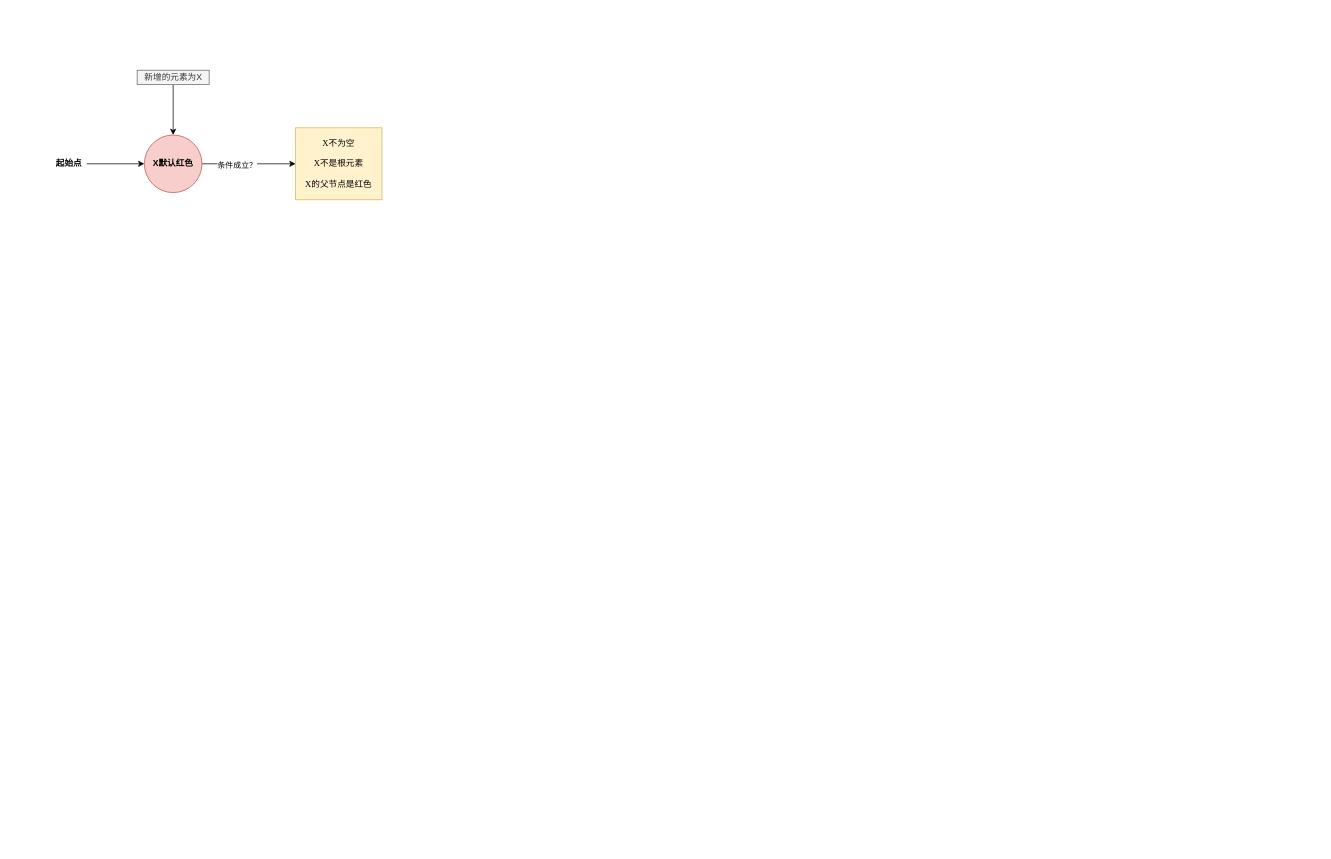
Earlier version of the draw.io diagram typora/JavaSE/6 集合/drawio/TreeMap/维护红黑树平衡.drawio (LDChing0321/JavaLearn). Source tidied: cells renumbered, new cells numbered last; positions are measured from the earlier drawing's top-left corner, leaving out a move shared by most shapes. Both pictures are drawn from the tidied source at 72%, with x=0, y=0 at pixel (50, 70).
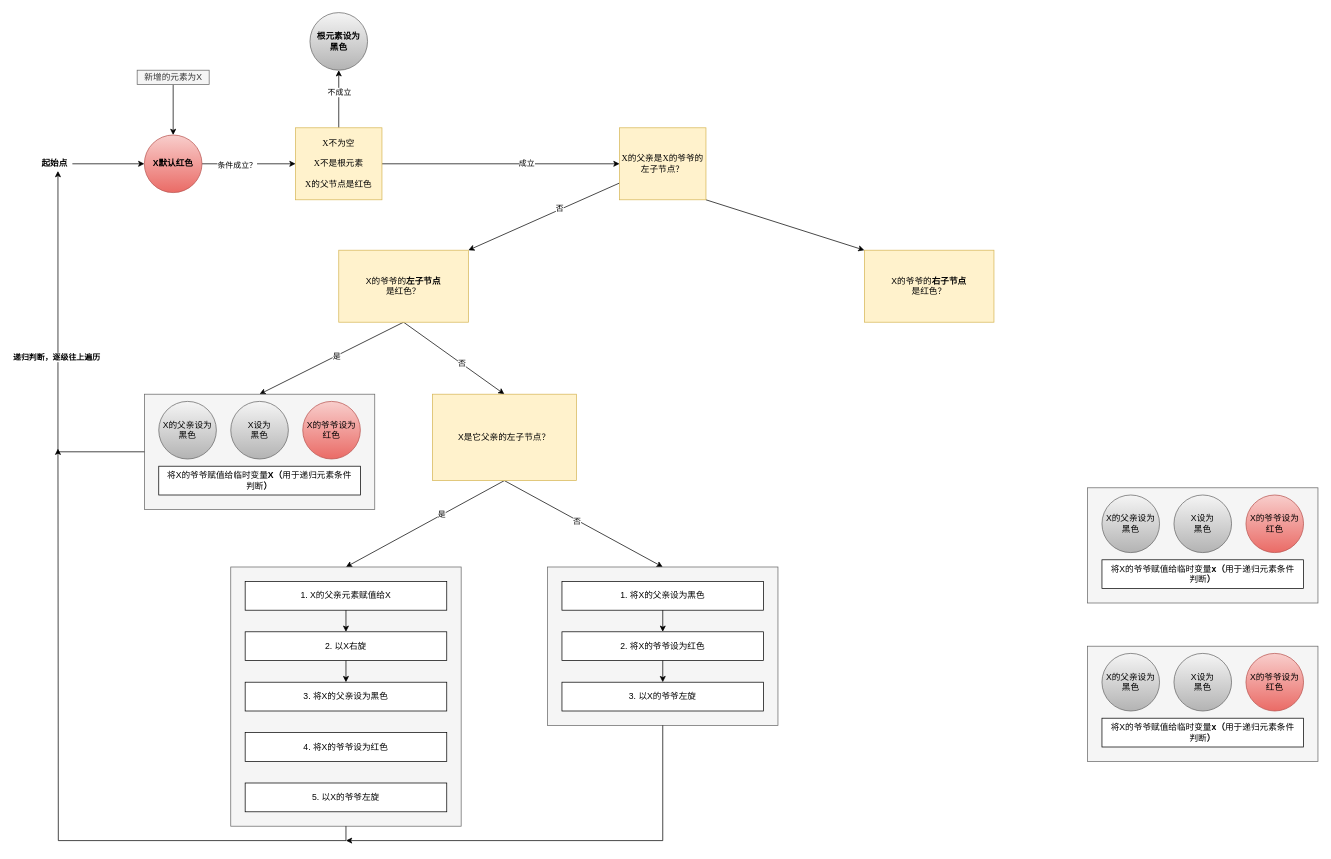
After the change.

Commit message:
更新维护红黑树平衡.drawio

Unchanged cells that the change refers to:
```xml
<mxCell id="9" value="&lt;span&gt;X不为空&lt;br&gt;&lt;/span&gt;&lt;br&gt;&lt;span&gt;X不是根元素&lt;br&gt;&lt;/span&gt;&lt;br&gt;&lt;span&gt;X的父节点是红色&lt;/span&gt;" style="rounded=0;whiteSpace=wrap;html=1;fontFamily=Times New Roman;align=center;fillColor=#fff2cc;strokeColor=#d6b656;" parent="1" vertex="1">
  <mxGeometry x="340" y="80" width="120" height="100" as="geometry" />
</mxCell>
```

Change to the diagram source:
```diff
@@
     <mxCell id="5" value="&lt;font face=&quot;Tahoma&quot;&gt;起始点&lt;/font&gt;" style="text;html=1;align=center;verticalAlign=middle;points=[];strokeColor=none;fontStyle=1;spacingTop=0;spacing=0;fontFamily=Times New Roman;" parent="1" vertex="1">
-      <mxGeometry y="120" width="50" height="20" as="geometry" />
+      <mxGeometry x="-20" y="120" width="50" height="20" as="geometry" />
     </mxCell>
@@
-    <mxCell id="8" value="&lt;span&gt;X默认红色&lt;/span&gt;" style="ellipse;whiteSpace=wrap;html=1;fillColor=#f8cecc;strokeColor=#b85450;fontStyle=1;" parent="1" vertex="1">
+    <mxCell id="8" value="&lt;span&gt;X默认红色&lt;/span&gt;" style="ellipse;whiteSpace=wrap;html=1;fillColor=#f8cecc;strokeColor=#b85450;fontStyle=1;gradientColor=#ea6b66;" parent="1" vertex="1">
       <mxGeometry x="130" y="90" width="80" height="80" as="geometry" />
     </mxCell>
+    <mxCell id="10" style="edgeStyle=orthogonalEdgeStyle;rounded=0;jettySize=auto;html=1;entryX=0;entryY=0.5;entryDx=0;entryDy=0;" parent="1" edge="1" source="9" target="18">
+      <mxGeometry relative="1" as="geometry" />
+    </mxCell>
+    <mxCell id="11" value="成立" style="edgeLabel;html=1;align=center;verticalAlign=middle;" parent="10" vertex="1">
+      <mxGeometry x="0.21" y="2" relative="1" as="geometry" />
+    </mxCell>
+    <mxCell id="12" style="edgeStyle=orthogonalEdgeStyle;rounded=0;jettySize=auto;html=1;" parent="1" edge="1" source="9" target="14">
+      <mxGeometry relative="1" as="geometry" />
+    </mxCell>
+    <mxCell id="13" value="不成立" style="edgeLabel;html=1;align=center;verticalAlign=middle;" parent="12" vertex="1">
+      <mxGeometry x="0.26" relative="1" as="geometry" />
+    </mxCell>
@@
+    <mxCell id="14" value="根元素设为&lt;br&gt;黑色" style="ellipse;whiteSpace=wrap;html=1;fillColor=#f5f5f5;strokeColor=#666666;fontStyle=1;gradientColor=#b3b3b3;" parent="1" vertex="1">
+      <mxGeometry x="360" y="-80" width="80" height="80" as="geometry" />
+    </mxCell>
+    <mxCell id="15" style="rounded=0;jettySize=auto;html=1;entryX=1;entryY=0;entryDx=0;entryDy=0;" parent="1" edge="1" source="18" target="24">
+      <mxGeometry relative="1" as="geometry" />
+    </mxCell>
+    <mxCell id="16" value="否" style="edgeLabel;html=1;align=center;verticalAlign=middle;" parent="15" vertex="1">
+      <mxGeometry x="-0.22" y="-2" relative="1" as="geometry" />
+    </mxCell>
+    <mxCell id="17" style="rounded=0;jettySize=auto;html=1;exitX=1;exitY=1;exitDx=0;exitDy=0;entryX=0;entryY=0;entryDx=0;entryDy=0;" parent="1" edge="1" source="18" target="19">
+      <mxGeometry relative="1" as="geometry" />
+    </mxCell>
+    <mxCell id="18" value="X的父亲是X的爷爷的左子节点？" style="rounded=0;whiteSpace=wrap;html=1;fontFamily=Times New Roman;align=center;fillColor=#fff2cc;strokeColor=#d6b656;" parent="1" vertex="1">
+      <mxGeometry x="790" y="80" width="120" height="100" as="geometry" />
+    </mxCell>
+    <mxCell id="19" value="X的爷爷的&lt;b&gt;右子节点&lt;/b&gt;&lt;br&gt;是红色？" style="rounded=0;whiteSpace=wrap;html=1;fillColor=#fff2cc;strokeColor=#d6b656;" parent="1" vertex="1">
+      <mxGeometry x="1130" y="250" width="180" height="100" as="geometry" />
+    </mxCell>
+    <mxCell id="20" style="edgeStyle=none;rounded=0;jettySize=auto;html=1;exitX=0.5;exitY=1;exitDx=0;exitDy=0;entryX=0.5;entryY=0;entryDx=0;entryDy=0;" parent="1" edge="1" source="24" target="36">
+      <mxGeometry relative="1" as="geometry" />
+    </mxCell>
+    <mxCell id="21" value="是" style="edgeLabel;html=1;align=center;verticalAlign=middle;" parent="20" vertex="1">
+      <mxGeometry x="-0.06" y="1" relative="1" as="geometry" />
+    </mxCell>
+    <mxCell id="22" style="edgeStyle=none;rounded=0;jettySize=auto;html=1;exitX=0.5;exitY=1;exitDx=0;exitDy=0;entryX=0.5;entryY=0;entryDx=0;entryDy=0;" parent="1" edge="1" source="24" target="47">
+      <mxGeometry relative="1" as="geometry" />
+    </mxCell>
+    <mxCell id="23" value="否" style="edgeLabel;html=1;align=center;verticalAlign=middle;" parent="22" vertex="1">
+      <mxGeometry x="0.15" y="1" relative="1" as="geometry">
+        <mxPoint x="-1" as="offset" />
+      </mxGeometry>
+    </mxCell>
+    <mxCell id="24" value="X的爷爷的&lt;b&gt;左子节点&lt;/b&gt;&lt;br&gt;是红色？" style="rounded=0;whiteSpace=wrap;html=1;fillColor=#fff2cc;strokeColor=#d6b656;" parent="1" vertex="1">
+      <mxGeometry x="400" y="250" width="180" height="100" as="geometry" />
+    </mxCell>
+    <mxCell id="25" style="rounded=0;whiteSpace=wrap;html=1;fillColor=#f5f5f5;strokeColor=#666666;fontColor=#333333;" parent="1" vertex="1">
+      <mxGeometry x="1440" y="580" width="320" height="160" as="geometry" />
+    </mxCell>
+    <mxCell id="26" value="X的父亲设为&lt;br&gt;黑色" style="ellipse;whiteSpace=wrap;html=1;fillColor=#f5f5f5;strokeColor=#666666;gradientColor=#b3b3b3;" parent="1" vertex="1">
+      <mxGeometry x="1460" y="590" width="80" height="80" as="geometry" />
+    </mxCell>
+    <mxCell id="27" value="X设为&lt;br&gt;黑色" style="ellipse;whiteSpace=wrap;html=1;fillColor=#f5f5f5;strokeColor=#666666;gradientColor=#b3b3b3;" parent="1" vertex="1">
+      <mxGeometry x="1560" y="590" width="80" height="80" as="geometry" />
+    </mxCell>
+    <mxCell id="28" value="X的爷爷设为&lt;br&gt;红色" style="ellipse;whiteSpace=wrap;html=1;fillColor=#f8cecc;strokeColor=#b85450;gradientColor=#ea6b66;" parent="1" vertex="1">
+      <mxGeometry x="1660" y="590" width="80" height="80" as="geometry" />
+    </mxCell>
+    <mxCell id="29" value="将X的爷爷赋值给临时变量&lt;b&gt;x（&lt;/b&gt;用于递归元素条件&lt;br&gt;判断&lt;b&gt;）&lt;/b&gt;" style="rounded=0;whiteSpace=wrap;html=1;" parent="1" vertex="1">
+      <mxGeometry x="1460" y="680" width="280" height="40" as="geometry" />
+    </mxCell>
+    <mxCell id="30" style="rounded=0;whiteSpace=wrap;html=1;fillColor=#f5f5f5;strokeColor=#666666;fontColor=#333333;" parent="1" vertex="1">
+      <mxGeometry x="1440" y="800" width="320" height="160" as="geometry" />
+    </mxCell>
+    <mxCell id="31" value="X的父亲设为&lt;br&gt;黑色" style="ellipse;whiteSpace=wrap;html=1;fillColor=#f5f5f5;strokeColor=#666666;gradientColor=#b3b3b3;" parent="1" vertex="1">
+      <mxGeometry x="1460" y="810" width="80" height="80" as="geometry" />
+    </mxCell>
+    <mxCell id="32" value="X设为&lt;br&gt;黑色" style="ellipse;whiteSpace=wrap;html=1;fillColor=#f5f5f5;strokeColor=#666666;gradientColor=#b3b3b3;" parent="1" vertex="1">
+      <mxGeometry x="1560" y="810" width="80" height="80" as="geometry" />
+    </mxCell>
+    <mxCell id="33" value="X的爷爷设为&lt;br&gt;红色" style="ellipse;whiteSpace=wrap;html=1;fillColor=#f8cecc;strokeColor=#b85450;gradientColor=#ea6b66;" parent="1" vertex="1">
+      <mxGeometry x="1660" y="810" width="80" height="80" as="geometry" />
+    </mxCell>
+    <mxCell id="34" value="将X的爷爷赋值给临时变量&lt;b&gt;x（&lt;/b&gt;用于递归元素条件&lt;br&gt;判断&lt;b&gt;）&lt;/b&gt;" style="rounded=0;whiteSpace=wrap;html=1;" parent="1" vertex="1">
+      <mxGeometry x="1460" y="900" width="280" height="40" as="geometry" />
+    </mxCell>
+    <mxCell id="35" style="group;" parent="1" vertex="1">
+      <mxGeometry x="130" y="450" width="320" height="160" as="geometry" />
+    </mxCell>
+    <mxCell id="36" style="rounded=0;whiteSpace=wrap;html=1;fillColor=#f5f5f5;strokeColor=#666666;fontColor=#333333;" parent="35" vertex="1">
+      <mxGeometry width="320" height="160" as="geometry" />
+    </mxCell>
+    <mxCell id="37" value="X的父亲设为&lt;br&gt;黑色" style="ellipse;whiteSpace=wrap;html=1;fillColor=#f5f5f5;strokeColor=#666666;gradientColor=#b3b3b3;" parent="35" vertex="1">
+      <mxGeometry x="20" y="10" width="80" height="80" as="geometry" />
+    </mxCell>
+    <mxCell id="38" value="X设为&lt;br&gt;黑色" style="ellipse;whiteSpace=wrap;html=1;fillColor=#f5f5f5;strokeColor=#666666;gradientColor=#b3b3b3;" parent="35" vertex="1">
+      <mxGeometry x="120" y="10" width="80" height="80" as="geometry" />
+    </mxCell>
+    <mxCell id="39" value="X的爷爷设为&lt;br&gt;红色" style="ellipse;whiteSpace=wrap;html=1;fillColor=#f8cecc;strokeColor=#b85450;gradientColor=#ea6b66;" parent="35" vertex="1">
+      <mxGeometry x="220" y="10" width="80" height="80" as="geometry" />
+    </mxCell>
+    <mxCell id="40" value="将X的爷爷赋值给临时变量&lt;b&gt;X（&lt;/b&gt;用于递归元素条件&lt;br&gt;判断&lt;b&gt;）&lt;/b&gt;" style="rounded=0;whiteSpace=wrap;html=1;" parent="35" vertex="1">
+      <mxGeometry x="20" y="100" width="280" height="40" as="geometry" />
+    </mxCell>
+    <mxCell id="41" style="edgeStyle=orthogonalEdgeStyle;rounded=0;jettySize=auto;html=1;" parent="1" edge="1" source="36" target="5">
+      <mxGeometry relative="1" as="geometry">
+        <Array as="points">
+          <mxPoint x="10" y="530" />
+        </Array>
+      </mxGeometry>
+    </mxCell>
+    <mxCell id="42" value="递归判断，逐级往上遍历" style="edgeLabel;html=1;align=center;verticalAlign=middle;fontStyle=1;" parent="41" vertex="1">
+      <mxGeometry x="-0.01" y="3" relative="1" as="geometry" />
+    </mxCell>
+    <mxCell id="43" style="edgeStyle=none;rounded=0;jettySize=auto;html=1;exitX=0.5;exitY=1;exitDx=0;exitDy=0;entryX=0.5;entryY=0;entryDx=0;entryDy=0;" parent="1" edge="1" source="47" target="49">
+      <mxGeometry relative="1" as="geometry" />
+    </mxCell>
+    <mxCell id="44" value="是" style="edgeLabel;html=1;align=center;verticalAlign=middle;" parent="43" vertex="1">
+      <mxGeometry x="-0.21" y="-1" relative="1" as="geometry" />
+    </mxCell>
+    <mxCell id="45" style="edgeStyle=none;rounded=0;jettySize=auto;html=1;exitX=0.5;exitY=1;exitDx=0;exitDy=0;entryX=0.5;entryY=0;entryDx=0;entryDy=0;" parent="1" edge="1" source="47" target="58">
+      <mxGeometry relative="1" as="geometry" />
+    </mxCell>
+    <mxCell id="46" value="否" style="edgeLabel;html=1;align=center;verticalAlign=middle;" parent="45" vertex="1">
+      <mxGeometry x="-0.09" y="-2" relative="1" as="geometry">
+        <mxPoint x="1" as="offset" />
+      </mxGeometry>
+    </mxCell>
+    <mxCell id="47" value="X是它父亲的左子节点？" style="rounded=0;whiteSpace=wrap;html=1;fillColor=#fff2cc;strokeColor=#d6b656;" parent="1" vertex="1">
+      <mxGeometry x="530" y="450" width="200" height="120" as="geometry" />
+    </mxCell>
+    <mxCell id="48" style="group;" parent="1" vertex="1">
+      <mxGeometry x="250" y="690" width="320" height="360" as="geometry" />
+    </mxCell>
+    <mxCell id="49" style="rounded=0;whiteSpace=wrap;html=1;fillColor=#f5f5f5;strokeColor=#666666;fontColor=#333333;" parent="48" vertex="1">
+      <mxGeometry width="320" height="360" as="geometry" />
+    </mxCell>
+    <mxCell id="50" value="1. X的父亲元素赋值给X" style="rounded=0;whiteSpace=wrap;html=1;" parent="48" vertex="1">
+      <mxGeometry x="20" y="20" width="280" height="40" as="geometry" />
+    </mxCell>
+    <mxCell id="51" value="2.&amp;nbsp;以X右旋" style="rounded=0;whiteSpace=wrap;html=1;" parent="48" vertex="1">
+      <mxGeometry x="20" y="90" width="280" height="40" as="geometry" />
+    </mxCell>
+    <mxCell id="52" style="edgeStyle=none;rounded=0;jettySize=auto;html=1;" parent="48" edge="1" source="50" target="51">
+      <mxGeometry as="geometry" />
+    </mxCell>
+    <mxCell id="53" value="3.&amp;nbsp;将X的父亲设为黑色" style="rounded=0;whiteSpace=wrap;html=1;" parent="48" vertex="1">
+      <mxGeometry x="20" y="160" width="280" height="40" as="geometry" />
+    </mxCell>
+    <mxCell id="54" style="edgeStyle=none;rounded=0;jettySize=auto;html=1;" parent="48" edge="1" source="51" target="53">
+      <mxGeometry as="geometry" />
+    </mxCell>
+    <mxCell id="55" value="4.&amp;nbsp;将X的爷爷设为红色" style="rounded=0;whiteSpace=wrap;html=1;" parent="48" vertex="1">
+      <mxGeometry x="20" y="230" width="280" height="40" as="geometry" />
+    </mxCell>
+    <mxCell id="56" value="5.&amp;nbsp;以X的爷爷左旋" style="rounded=0;whiteSpace=wrap;html=1;" parent="48" vertex="1">
+      <mxGeometry x="20" y="300" width="280" height="40" as="geometry" />
+    </mxCell>
+    <mxCell id="57" style="group;" parent="1" vertex="1">
+      <mxGeometry x="690" y="690" width="320" height="220" as="geometry" />
+    </mxCell>
+    <mxCell id="58" style="rounded=0;whiteSpace=wrap;html=1;fillColor=#f5f5f5;strokeColor=#666666;fontColor=#333333;" parent="57" vertex="1">
+      <mxGeometry width="320" height="220" as="geometry" />
+    </mxCell>
+    <mxCell id="59" value="1.&amp;nbsp;将X的父亲设为黑色" style="rounded=0;whiteSpace=wrap;html=1;" parent="57" vertex="1">
+      <mxGeometry x="20" y="20" width="280" height="40" as="geometry" />
+    </mxCell>
+    <mxCell id="60" value="2.&amp;nbsp;将X的爷爷设为红色" style="rounded=0;whiteSpace=wrap;html=1;" parent="57" vertex="1">
+      <mxGeometry x="20" y="90" width="280" height="40" as="geometry" />
+    </mxCell>
+    <mxCell id="61" style="edgeStyle=none;rounded=0;jettySize=auto;html=1;" parent="57" edge="1" source="59" target="60">
+      <mxGeometry relative="1" as="geometry" />
+    </mxCell>
+    <mxCell id="62" value="3.&amp;nbsp;以X的爷爷左旋" style="rounded=0;whiteSpace=wrap;html=1;" parent="57" vertex="1">
+      <mxGeometry x="20" y="160" width="280" height="40" as="geometry" />
+    </mxCell>
+    <mxCell id="63" style="edgeStyle=none;rounded=0;jettySize=auto;html=1;" parent="57" edge="1" source="60" target="62">
+      <mxGeometry relative="1" as="geometry" />
+    </mxCell>
+    <mxCell id="64" style="edgeStyle=orthogonalEdgeStyle;rounded=0;jettySize=auto;html=1;exitX=0.5;exitY=1;exitDx=0;exitDy=0;" parent="1" edge="1" source="49">
+      <mxGeometry relative="1" as="geometry">
+        <mxPoint x="10" y="525.6" as="targetPoint" />
+      </mxGeometry>
+    </mxCell>
+    <mxCell id="65" style="edgeStyle=orthogonalEdgeStyle;rounded=0;jettySize=auto;html=1;" parent="1" edge="1" source="58">
+      <mxGeometry relative="1" as="geometry">
+        <mxPoint x="410" y="1070" as="targetPoint" />
+        <Array as="points">
+          <mxPoint x="850" y="1070" />
+        </Array>
+      </mxGeometry>
+    </mxCell>
```
